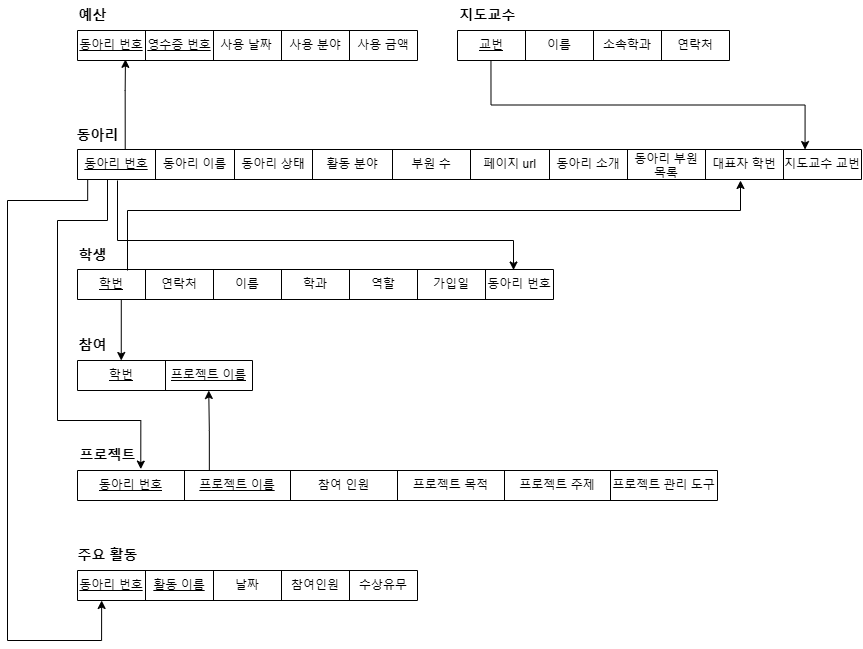
This is docs/relationalSchema.png from jjj5306/ClubManagementSystem, a draw.io export, as it was before one commit. Source tidied: cells renumbered, new cells last; positions are measured from the earlier drawing's top-left corner, leaving out a move shared by most shapes.
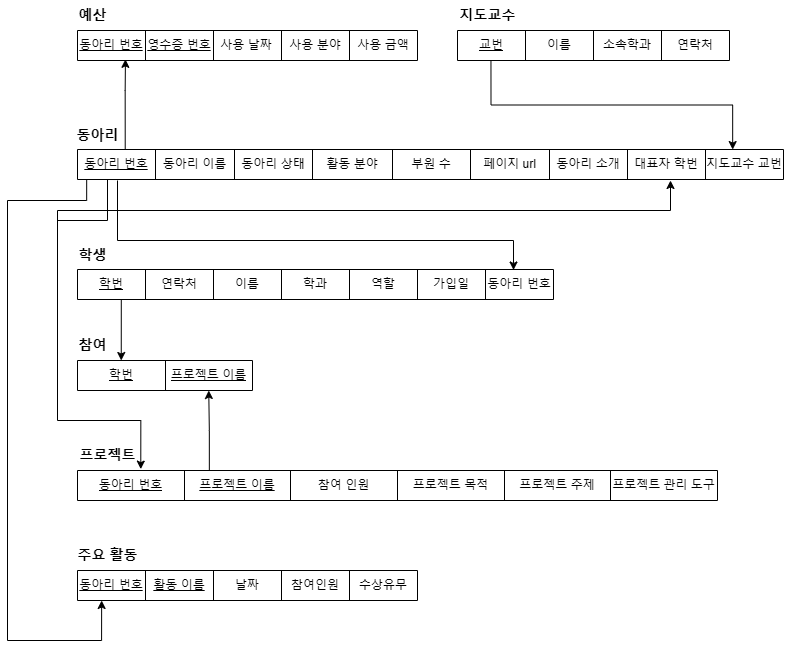
After the commit.

Diff of the diagram source:
```diff
@@ -3,10 +3,10 @@
     <mxCell id="0" />
     <mxCell id="1" parent="0" />
     <mxCell id="2" style="shape=table;startSize=0;" parent="1" vertex="1">
-      <mxGeometry x="70" y="149" width="784" height="30" as="geometry" />
+      <mxGeometry x="70" y="149" width="706" height="30" as="geometry" />
     </mxCell>
     <mxCell id="3" style="shape=tableRow;horizontal=0;startSize=0;swimlaneHead=0;swimlaneBody=0;strokeColor=inherit;top=0;left=0;bottom=0;right=0;fillColor=none;points=[[0,0.5],[1,0.5]];portConstraint=eastwest;" parent="2" vertex="1">
-      <mxGeometry width="784" height="30" as="geometry" />
+      <mxGeometry width="706" height="30" as="geometry" />
     </mxCell>
     <mxCell id="4" value="&lt;u&gt;동아리 번호&lt;/u&gt;" style="shape=partialRectangle;html=1;whiteSpace=wrap;strokeColor=inherit;overflow=hidden;fillColor=none;top=0;left=0;bottom=0;right=0;" parent="3" vertex="1">
       <mxGeometry width="78" height="30" as="geometry" />
@@ -29,15 +29,12 @@
     <mxCell id="10" value="동아리 소개" style="shape=partialRectangle;html=1;whiteSpace=wrap;strokeColor=inherit;overflow=hidden;fillColor=none;top=0;left=0;bottom=0;right=0;" parent="3" vertex="1">
       <mxGeometry x="472" width="78" height="30" as="geometry" />
     </mxCell>
-    <mxCell id="11" value="동아리 부원 목록" style="shape=partialRectangle;html=1;whiteSpace=wrap;strokeColor=inherit;overflow=hidden;fillColor=none;top=0;left=0;bottom=0;right=0;" parent="3" vertex="1">
+    <mxCell id="11" value="대표자 학번" style="shape=partialRectangle;html=1;whiteSpace=wrap;strokeColor=inherit;overflow=hidden;fillColor=none;top=0;left=0;bottom=0;right=0;" parent="3" vertex="1">
       <mxGeometry x="550" width="78" height="30" as="geometry" />
     </mxCell>
-    <mxCell id="12" value="대표자 학번" style="shape=partialRectangle;html=1;whiteSpace=wrap;strokeColor=inherit;overflow=hidden;fillColor=none;top=0;left=0;bottom=0;right=0;" parent="3" vertex="1">
+    <mxCell id="12" value="지도교수 교번" style="shape=partialRectangle;html=1;whiteSpace=wrap;strokeColor=inherit;overflow=hidden;fillColor=none;top=0;left=0;bottom=0;right=0;" parent="3" vertex="1">
       <mxGeometry x="628" width="78" height="30" as="geometry" />
     </mxCell>
-    <mxCell id="13" value="지도교수 교번" style="shape=partialRectangle;html=1;whiteSpace=wrap;strokeColor=inherit;overflow=hidden;fillColor=none;top=0;left=0;bottom=0;right=0;" parent="3" vertex="1">
-      <mxGeometry x="706" width="78" height="30" as="geometry" />
-    </mxCell>
     <mxCell id="14" value="&lt;font style=&quot;font-size: 14px;&quot;&gt;&lt;b&gt;동아리&lt;/b&gt;&lt;/font&gt;" style="text;html=1;align=center;verticalAlign=middle;points=[];strokeColor=none;fillColor=none;" parent="1" vertex="1">
       <mxGeometry x="55" y="120" width="70" height="30" as="geometry" />
     </mxCell>
@@ -139,11 +136,11 @@
     </mxCell>
     <mxCell id="47" style="edgeStyle=orthogonalEdgeStyle;rounded=0;orthogonalLoop=1;jettySize=auto;html=1;" parent="1" edge="1">
       <mxGeometry relative="1" as="geometry">
-        <mxPoint x="120" y="270" as="sourcePoint" />
-        <mxPoint x="733" y="180" as="targetPoint" />
+        <mxPoint x="50" y="270" as="sourcePoint" />
+        <mxPoint x="663" y="180" as="targetPoint" />
         <Array as="points">
-          <mxPoint x="120" y="210" />
-          <mxPoint x="733" y="210" />
+          <mxPoint x="50" y="210" />
+          <mxPoint x="663" y="210" />
         </Array>
       </mxGeometry>
     </mxCell>
```
